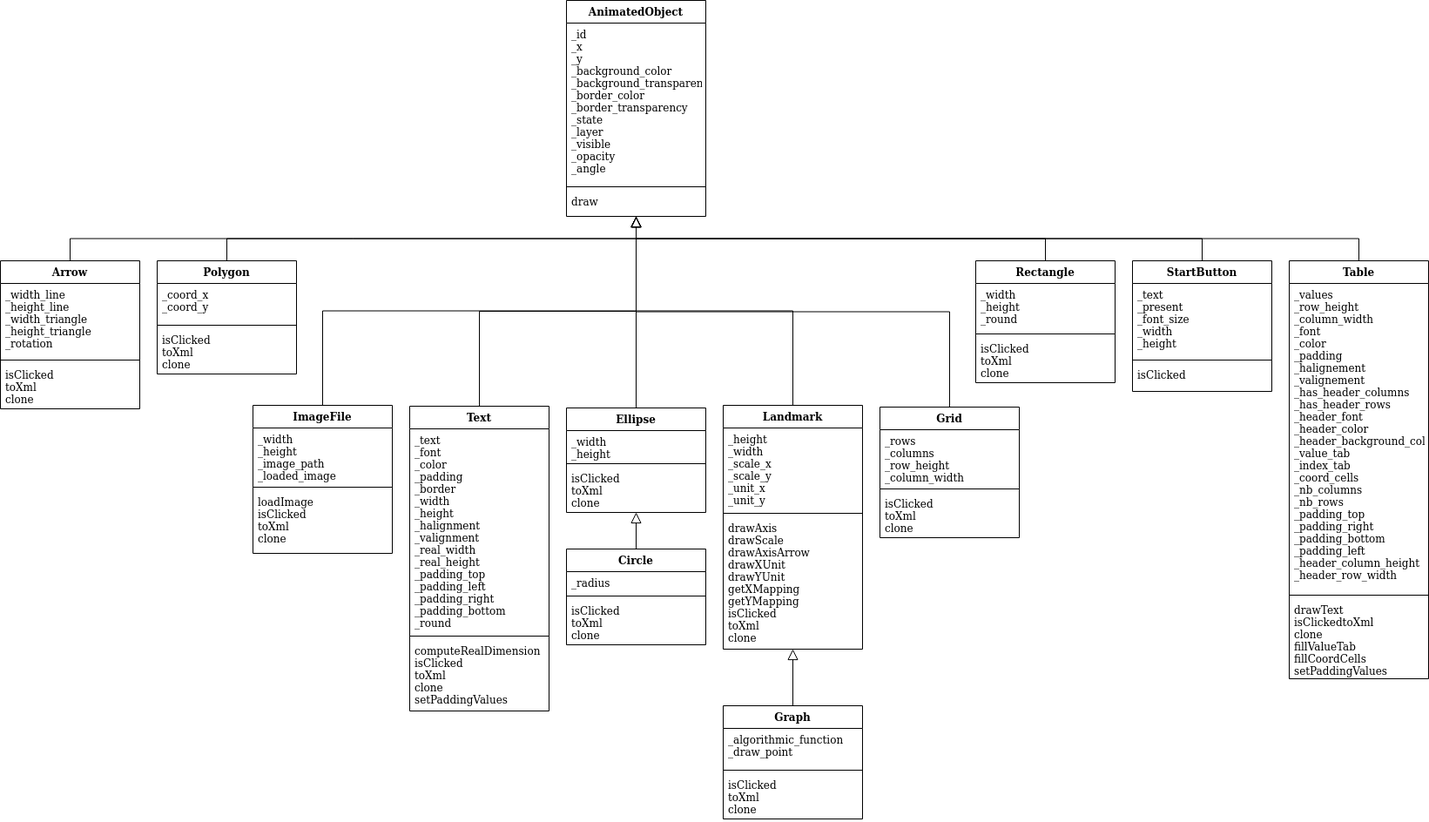
The draw.io diagram VersionJS/Diagrammes/Objects.png in Smitaty/FrameworkAnimationJS, before a commit. Source tidied: cells renumbered, new cells last; positions are measured from the earlier drawing's top-left corner, leaving out a move shared by most shapes.
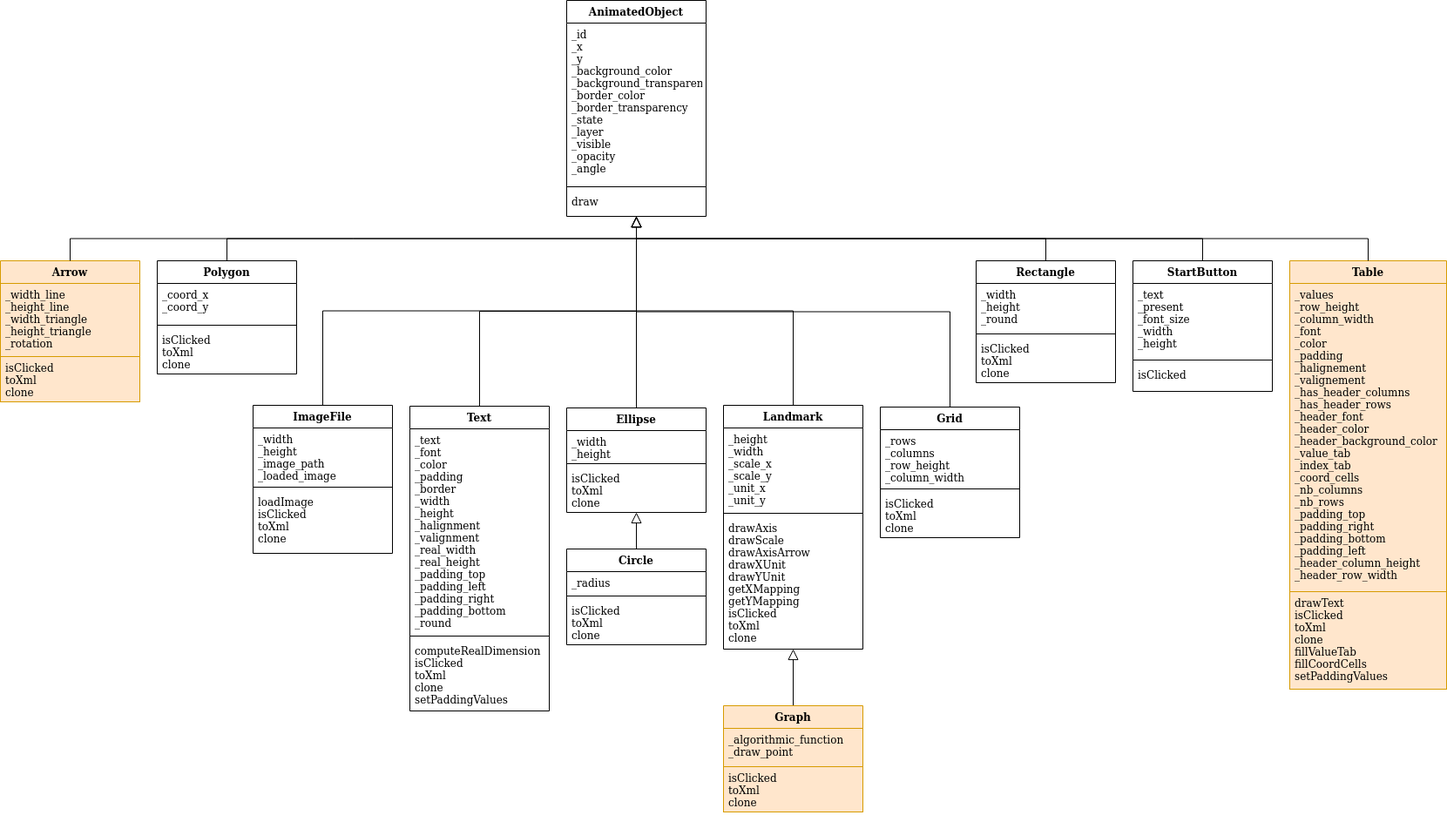
After the commit.

What changed in the source:
```diff
@@ -139,17 +139,14 @@
         <mxPoint x="730" y="248" as="targetPoint" />
       </mxGeometry>
     </mxCell>
-    <mxCell id="47" value="Arrow" style="swimlane;fontStyle=1;align=center;verticalAlign=top;horizontal=1;startSize=26;swimlaneFillColor=#ffffff;" parent="1" vertex="1">
-      <mxGeometry y="299" width="160" height="170" as="geometry" />
+    <mxCell id="47" value="Arrow" style="swimlane;fontStyle=1;align=center;verticalAlign=top;horizontal=1;startSize=26;swimlaneFillColor=#ffffff;fillColor=#ffe6cc;strokeColor=#d79b00;" parent="1" vertex="1">
+      <mxGeometry y="299" width="160" height="162" as="geometry" />
     </mxCell>
-    <mxCell id="48" value="_width_line&#10;_height_line&#10;_width_triangle&#10;_height_triangle&#10;_rotation&#10;" style="text;strokeColor=none;fillColor=none;align=left;verticalAlign=top;spacingLeft=4;spacingRight=4;overflow=hidden;" parent="47" vertex="1">
+    <mxCell id="48" value="_width_line&#10;_height_line&#10;_width_triangle&#10;_height_triangle&#10;_rotation&#10;" style="text;strokeColor=#d79b00;fillColor=#ffe6cc;align=left;verticalAlign=top;spacingLeft=4;spacingRight=4;overflow=hidden;" parent="47" vertex="1">
       <mxGeometry y="26" width="160" height="84" as="geometry" />
     </mxCell>
-    <mxCell id="49" style="line;strokeWidth=1;fillColor=none;align=left;verticalAlign=middle;spacingTop=-1;spacingLeft=3;spacingRight=3;labelPosition=right;" parent="47" vertex="1">
-      <mxGeometry y="110" width="160" height="8" as="geometry" />
-    </mxCell>
-    <mxCell id="50" value="isClicked&#10;toXml&#10;clone" style="text;strokeColor=none;fillColor=none;align=left;verticalAlign=top;spacingLeft=4;spacingRight=4;overflow=hidden;" parent="47" vertex="1">
-      <mxGeometry y="118" width="160" height="52" as="geometry" />
+    <mxCell id="50" value="isClicked&#10;toXml&#10;clone" style="text;strokeColor=#d79b00;fillColor=#ffe6cc;align=left;verticalAlign=top;spacingLeft=4;spacingRight=4;overflow=hidden;" parent="47" vertex="1">
+      <mxGeometry y="110" width="160" height="52" as="geometry" />
     </mxCell>
     <mxCell id="51" style="edgeStyle=orthogonalEdgeStyle;rounded=0;html=1;startSize=7;endArrow=block;endFill=0;endSize=10;jettySize=auto;exitX=0.5;exitY=0;exitDx=0;exitDy=0;" parent="1" edge="1" source="47">
       <mxGeometry relative="1" as="geometry">
@@ -171,29 +168,23 @@
     <mxCell id="56" value="drawAxis&#10;drawScale&#10;drawAxisArrow&#10;drawXUnit&#10;drawYUnit&#10;getXMapping&#10;getYMapping&#10;isClicked&#10;toXml&#10;clone" style="text;strokeColor=none;fillColor=none;align=left;verticalAlign=top;spacingLeft=4;spacingRight=4;overflow=hidden;" parent="53" vertex="1">
       <mxGeometry y="128" width="160" height="152" as="geometry" />
     </mxCell>
-    <mxCell id="57" value="Graph" style="swimlane;fontStyle=1;align=center;verticalAlign=top;horizontal=1;startSize=26;swimlaneFillColor=#ffffff;" parent="1" vertex="1">
-      <mxGeometry x="830" y="810" width="160" height="130" as="geometry" />
+    <mxCell id="57" value="Graph" style="swimlane;fontStyle=1;align=center;verticalAlign=top;horizontal=1;startSize=26;swimlaneFillColor=#ffffff;fillColor=#ffe6cc;strokeColor=#d79b00;" parent="1" vertex="1">
+      <mxGeometry x="830" y="810" width="160" height="122" as="geometry" />
     </mxCell>
-    <mxCell id="58" value="_algorithmic_function&#10;_draw_point&#10;" style="text;strokeColor=none;fillColor=none;align=left;verticalAlign=top;spacingLeft=4;spacingRight=4;overflow=hidden;" parent="57" vertex="1">
+    <mxCell id="58" value="_algorithmic_function&#10;_draw_point&#10;" style="text;strokeColor=#d79b00;fillColor=#ffe6cc;align=left;verticalAlign=top;spacingLeft=4;spacingRight=4;overflow=hidden;" parent="57" vertex="1">
       <mxGeometry y="26" width="160" height="44" as="geometry" />
     </mxCell>
-    <mxCell id="59" style="line;strokeWidth=1;fillColor=none;align=left;verticalAlign=middle;spacingTop=-1;spacingLeft=3;spacingRight=3;labelPosition=right;" parent="57" vertex="1">
-      <mxGeometry y="70" width="160" height="8" as="geometry" />
-    </mxCell>
-    <mxCell id="60" value="isClicked&#10;toXml&#10;clone" style="text;strokeColor=none;fillColor=none;align=left;verticalAlign=top;spacingLeft=4;spacingRight=4;overflow=hidden;" parent="57" vertex="1">
-      <mxGeometry y="78" width="160" height="52" as="geometry" />
+    <mxCell id="60" value="isClicked&#10;toXml&#10;clone" style="text;strokeColor=#d79b00;fillColor=#ffe6cc;align=left;verticalAlign=top;spacingLeft=4;spacingRight=4;overflow=hidden;" parent="57" vertex="1">
+      <mxGeometry y="70" width="160" height="52" as="geometry" />
     </mxCell>
-    <mxCell id="61" value="Table" style="swimlane;fontStyle=1;align=center;verticalAlign=top;horizontal=1;startSize=26;swimlaneFillColor=#ffffff;" parent="1" vertex="1">
-      <mxGeometry x="1480" y="299" width="160" height="480" as="geometry" />
+    <mxCell id="61" value="Table" style="swimlane;fontStyle=1;align=center;verticalAlign=top;horizontal=1;startSize=26;swimlaneFillColor=#ffffff;fillColor=#ffe6cc;strokeColor=#d79b00;" parent="1" vertex="1">
+      <mxGeometry x="1480" y="299" width="180" height="492" as="geometry" />
     </mxCell>
-    <mxCell id="62" value="_values&#10;_row_height&#10;_column_width&#10;_font&#10;_color&#10;_padding&#10;_halignement&#10;_valignement&#10;_has_header_columns&#10;_has_header_rows&#10;_header_font&#10;_header_color&#10;_header_background_color&#10;_value_tab&#10;_index_tab&#10;_coord_cells&#10;_nb_columns&#10;_nb_rows&#10;_padding_top&#10;_padding_right&#10;_padding_bottom&#10;_padding_left&#10;_header_column_height&#10;_header_row_width&#10;&#10;" style="text;strokeColor=none;fillColor=none;align=left;verticalAlign=top;spacingLeft=4;spacingRight=4;overflow=hidden;" parent="61" vertex="1">
-      <mxGeometry y="26" width="160" height="354" as="geometry" />
+    <mxCell id="62" value="_values&#10;_row_height&#10;_column_width&#10;_font&#10;_color&#10;_padding&#10;_halignement&#10;_valignement&#10;_has_header_columns&#10;_has_header_rows&#10;_header_font&#10;_header_color&#10;_header_background_color&#10;_value_tab&#10;_index_tab&#10;_coord_cells&#10;_nb_columns&#10;_nb_rows&#10;_padding_top&#10;_padding_right&#10;_padding_bottom&#10;_padding_left&#10;_header_column_height&#10;_header_row_width&#10;&#10;" style="text;strokeColor=#d79b00;fillColor=#ffe6cc;align=left;verticalAlign=top;spacingLeft=4;spacingRight=4;overflow=hidden;" parent="61" vertex="1">
+      <mxGeometry y="26" width="180" height="354" as="geometry" />
     </mxCell>
-    <mxCell id="63" style="line;strokeWidth=1;fillColor=none;align=left;verticalAlign=middle;spacingTop=-1;spacingLeft=3;spacingRight=3;labelPosition=right;" parent="61" vertex="1">
-      <mxGeometry y="380" width="160" height="8" as="geometry" />
-    </mxCell>
-    <mxCell id="64" value="drawText&#10;isClickedtoXml&#10;clone&#10;fillValueTab&#10;fillCoordCells&#10;setPaddingValues" style="text;strokeColor=none;fillColor=none;align=left;verticalAlign=top;spacingLeft=4;spacingRight=4;overflow=hidden;" parent="61" vertex="1">
-      <mxGeometry y="388" width="160" height="92" as="geometry" />
+    <mxCell id="64" value="drawText&#10;isClicked&#10;toXml&#10;clone&#10;fillValueTab&#10;fillCoordCells&#10;setPaddingValues" style="text;strokeColor=#d79b00;fillColor=#ffe6cc;align=left;verticalAlign=top;spacingLeft=4;spacingRight=4;overflow=hidden;" parent="61" vertex="1">
+      <mxGeometry y="380" width="180" height="112" as="geometry" />
     </mxCell>
     <mxCell id="65" style="edgeStyle=orthogonalEdgeStyle;rounded=0;html=1;startSize=7;endArrow=block;endFill=0;endSize=10;jettySize=auto;strokeWidth=1;exitX=0.5;exitY=0;exitDx=0;exitDy=0;entryX=0.5;entryY=1;entryDx=0;entryDy=0;" parent="1" edge="1" source="61" target="2">
       <mxGeometry relative="1" as="geometry" />
```
